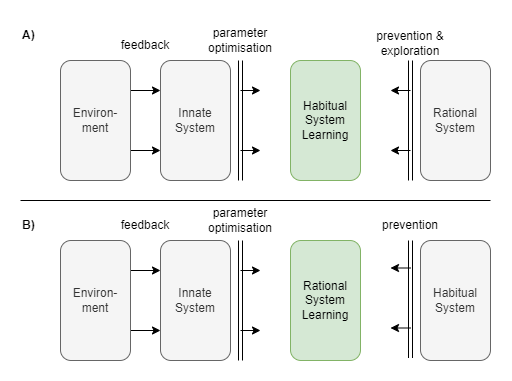
Above: files/A-coherent-theory-v1-mm-convergence.drawio.png in malcolmlett/malcolmlett.github.io (draw.io), before the change. Source tidied: cells renumbered, new cells last; positions are measured from the earlier drawing's top-left corner, leaving out a move shared by most shapes.
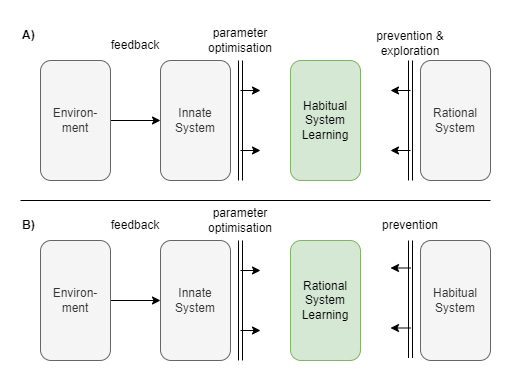
The same file after the commit.

The edit, as a diff of the source:
```diff
@@ -92,17 +92,14 @@
     <mxCell id="21" value="prevention" style="text;html=1;strokeColor=none;fillColor=none;align=center;verticalAlign=middle;whiteSpace=wrap;rounded=0;" parent="1" vertex="1">
       <mxGeometry x="360" y="190" width="60" height="30" as="geometry" />
     </mxCell>
-    <mxCell id="22" style="edgeStyle=none;rounded=0;jettySize=auto;html=1;entryX=0;entryY=0.25;entryDx=0;entryDy=0;strokeWidth=1;fontSize=12;endArrow=classic;endFill=1;exitX=1;exitY=0.25;exitDx=0;exitDy=0;" parent="1" edge="1" source="24" target="12">
+    <mxCell id="22" style="edgeStyle=none;rounded=0;jettySize=auto;html=1;entryX=0;entryY=0.5;entryDx=0;entryDy=0;strokeWidth=1;fontSize=12;endArrow=classic;endFill=1;exitX=1;exitY=0.5;exitDx=0;exitDy=0;" parent="1" edge="1" source="24" target="12">
       <mxGeometry relative="1" as="geometry" />
     </mxCell>
-    <mxCell id="23" style="edgeStyle=none;rounded=0;jettySize=auto;html=1;entryX=0;entryY=0.75;entryDx=0;entryDy=0;strokeWidth=1;fontSize=12;endArrow=classic;endFill=1;exitX=1;exitY=0.75;exitDx=0;exitDy=0;" parent="1" edge="1" source="24" target="12">
-      <mxGeometry relative="1" as="geometry" />
-    </mxCell>
     <mxCell id="24" value="Environ-&lt;br&gt;ment" style="rounded=1;whiteSpace=wrap;html=1;fillColor=#f5f5f5;strokeColor=#666666;fontColor=#333333;" parent="1" vertex="1">
-      <mxGeometry x="40" y="220" width="70" height="120" as="geometry" />
+      <mxGeometry x="20" y="220" width="70" height="120" as="geometry" />
     </mxCell>
     <mxCell id="25" value="feedback" style="text;html=1;strokeColor=none;fillColor=none;align=center;verticalAlign=middle;whiteSpace=wrap;rounded=0;" parent="1" vertex="1">
-      <mxGeometry x="90" y="190" width="70" height="30" as="geometry" />
+      <mxGeometry x="80" y="190" width="70" height="30" as="geometry" />
     </mxCell>
     <mxCell id="26" value="Innate&lt;br&gt;System" style="rounded=1;whiteSpace=wrap;html=1;fillColor=#f5f5f5;strokeColor=#666666;fontColor=#333333;" parent="1" vertex="1">
       <mxGeometry x="140" y="40" width="70" height="120" as="geometry" />
@@ -128,17 +125,14 @@
     <mxCell id="30" value="parameter&lt;br&gt;optimisation" style="text;html=1;strokeColor=none;fillColor=none;align=center;verticalAlign=middle;whiteSpace=wrap;rounded=0;" parent="1" vertex="1">
       <mxGeometry x="190" width="60" height="40" as="geometry" />
     </mxCell>
-    <mxCell id="31" style="edgeStyle=none;rounded=0;jettySize=auto;html=1;entryX=0;entryY=0.25;entryDx=0;entryDy=0;strokeWidth=1;fontSize=12;endArrow=classic;endFill=1;exitX=1;exitY=0.25;exitDx=0;exitDy=0;" parent="1" edge="1" source="33" target="26">
-      <mxGeometry relative="1" as="geometry" />
-    </mxCell>
-    <mxCell id="32" style="edgeStyle=none;rounded=0;jettySize=auto;html=1;entryX=0;entryY=0.75;entryDx=0;entryDy=0;strokeWidth=1;fontSize=12;endArrow=classic;endFill=1;exitX=1;exitY=0.75;exitDx=0;exitDy=0;" parent="1" edge="1" source="33" target="26">
+    <mxCell id="32" style="edgeStyle=none;rounded=0;jettySize=auto;html=1;entryX=0;entryY=0.5;entryDx=0;entryDy=0;strokeWidth=1;fontSize=12;endArrow=classic;endFill=1;exitX=1;exitY=0.5;exitDx=0;exitDy=0;" parent="1" edge="1" source="33" target="26">
       <mxGeometry relative="1" as="geometry" />
     </mxCell>
     <mxCell id="33" value="Environ-&lt;br&gt;ment" style="rounded=1;whiteSpace=wrap;html=1;fillColor=#f5f5f5;strokeColor=#666666;fontColor=#333333;" parent="1" vertex="1">
-      <mxGeometry x="40" y="40" width="70" height="120" as="geometry" />
+      <mxGeometry x="20" y="40" width="70" height="120" as="geometry" />
     </mxCell>
     <mxCell id="34" value="feedback" style="text;html=1;strokeColor=none;fillColor=none;align=center;verticalAlign=middle;whiteSpace=wrap;rounded=0;" parent="1" vertex="1">
-      <mxGeometry x="90" y="10" width="70" height="30" as="geometry" />
+      <mxGeometry x="80" y="10" width="70" height="30" as="geometry" />
     </mxCell>
   </root>
 </mxGraphModel>
```
